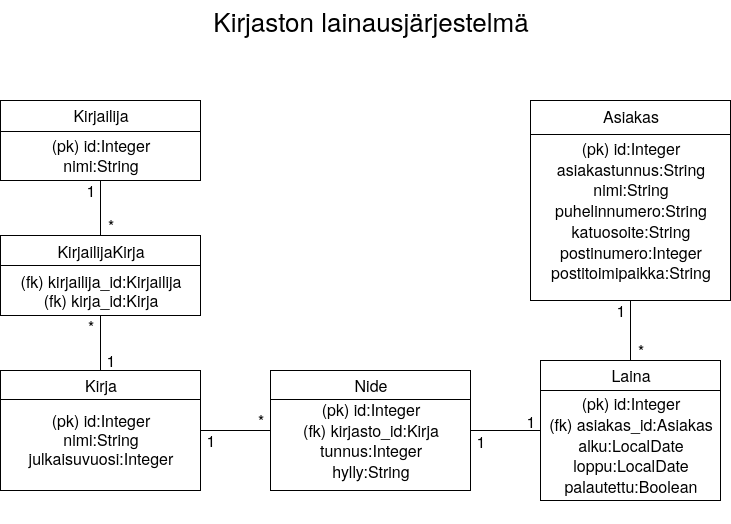
Before: documentation/Tsoha2020.png, a diagram exported from draw.io (hmhei/Tsoha2020). Source tidied: cells renumbered, new cells last; positions are measured from the earlier drawing's top-left corner, leaving out a move shared by most shapes.
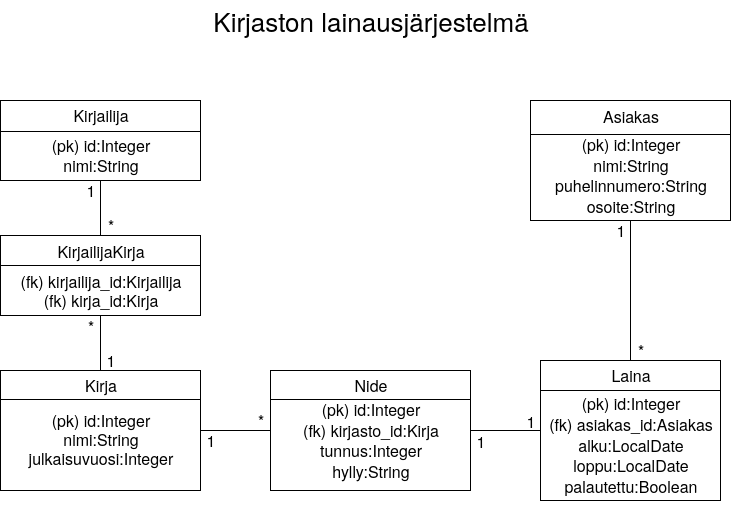
Later version of the same file.

Commit message:
Tietokantakaavio päivitetty

The edit, as a diff of the source:
```diff
@@ -12,7 +12,7 @@
       <mxGeometry x="270" y="370" width="200" height="120" as="geometry" />
     </mxCell>
     <mxCell id="5" style="shape=internalStorage;whiteSpace=wrap;html=1;backgroundOutline=1;dx=0;dy=34;" parent="1" vertex="1">
-      <mxGeometry x="530" y="100" width="200" height="200" as="geometry" />
+      <mxGeometry x="530" y="100" width="200" height="120" as="geometry" />
     </mxCell>
     <mxCell id="6" style="shape=internalStorage;whiteSpace=wrap;html=1;backgroundOutline=1;dx=0;dy=30;" parent="1" vertex="1">
       <mxGeometry x="540" y="360" width="180" height="140" as="geometry" />
@@ -32,8 +32,8 @@
     <mxCell id="11" style="endArrow=none;html=1;fontFamily=Times New Roman;" parent="1" edge="1" source="30" target="3">
       <mxGeometry relative="1" as="geometry" />
     </mxCell>
-    <mxCell id="12" value="&lt;div style=&quot;font-size: 16px&quot;&gt;&lt;font style=&quot;font-size: 16px&quot; face=&quot;Helvetica&quot;&gt;&lt;br&gt;&lt;/font&gt;&lt;/div&gt;&lt;div style=&quot;font-size: 16px&quot;&gt;&lt;font style=&quot;font-size: 16px&quot; face=&quot;Helvetica&quot;&gt;(pk) id:Integer&lt;/font&gt;&lt;/div&gt;&lt;div style=&quot;font-size: 16px&quot;&gt;&lt;font style=&quot;font-size: 16px&quot; face=&quot;Helvetica&quot;&gt;asiakastunnus:String&lt;br&gt;&lt;/font&gt;&lt;/div&gt;&lt;div style=&quot;font-size: 16px&quot;&gt;&lt;font style=&quot;font-size: 16px&quot; face=&quot;Helvetica&quot;&gt;nimi:String&lt;/font&gt;&lt;/div&gt;&lt;div style=&quot;font-size: 16px&quot;&gt;&lt;font style=&quot;font-size: 16px&quot; face=&quot;Helvetica&quot;&gt;puhelinnumero:String&lt;/font&gt;&lt;/div&gt;&lt;div style=&quot;font-size: 16px&quot;&gt;&lt;font style=&quot;font-size: 16px&quot; face=&quot;Helvetica&quot;&gt;katuosoite:String&lt;/font&gt;&lt;/div&gt;&lt;div style=&quot;font-size: 16px&quot;&gt;&lt;font style=&quot;font-size: 16px&quot; face=&quot;Helvetica&quot;&gt;postinumero:Integer&lt;/font&gt;&lt;/div&gt;&lt;div style=&quot;font-size: 16px&quot;&gt;&lt;font style=&quot;font-size: 16px&quot; face=&quot;Helvetica&quot;&gt;postitoimipaikka:Strin&lt;/font&gt;&lt;font face=&quot;Helvetica&quot;&gt;g&lt;/font&gt;&lt;br&gt;&lt;/div&gt;" style="text;html=1;strokeColor=none;fillColor=none;align=center;verticalAlign=middle;whiteSpace=wrap;rounded=0;fontFamily=Times New Roman;" parent="1" vertex="1">
-      <mxGeometry x="530" y="100" width="200" height="200" as="geometry" />
+    <mxCell id="12" value="&lt;div style=&quot;font-size: 16px&quot;&gt;&lt;font style=&quot;font-size: 16px&quot; face=&quot;Helvetica&quot;&gt;&lt;br&gt;&lt;/font&gt;&lt;/div&gt;&lt;div style=&quot;font-size: 16px&quot;&gt;&lt;font style=&quot;font-size: 16px&quot; face=&quot;Helvetica&quot;&gt;(pk) id:Integer&lt;/font&gt;&lt;/div&gt;&lt;div style=&quot;font-size: 16px&quot;&gt;&lt;font style=&quot;font-size: 16px&quot; face=&quot;Helvetica&quot;&gt;nimi:String&lt;/font&gt;&lt;/div&gt;&lt;div style=&quot;font-size: 16px&quot;&gt;&lt;font style=&quot;font-size: 16px&quot; face=&quot;Helvetica&quot;&gt;puhelinnumero:String&lt;/font&gt;&lt;/div&gt;&lt;div style=&quot;font-size: 16px&quot;&gt;&lt;font style=&quot;font-size: 16px&quot; face=&quot;Helvetica&quot;&gt;osoite:String&lt;/font&gt;&lt;/div&gt;" style="text;html=1;strokeColor=none;fillColor=none;align=center;verticalAlign=middle;whiteSpace=wrap;rounded=0;fontFamily=Times New Roman;" parent="1" vertex="1">
+      <mxGeometry x="530" y="110" width="200" height="110" as="geometry" />
     </mxCell>
     <mxCell id="13" style="endArrow=none;html=1;fontFamily=Times New Roman;entryX=1;entryY=0.5;entryDx=0;entryDy=0;exitX=0;exitY=0.5;exitDx=0;exitDy=0;" parent="1" edge="1" source="6" target="9">
       <mxGeometry relative="1" as="geometry" />
@@ -63,7 +63,7 @@
       <mxGeometry x="240" y="410" width="40" height="20" as="geometry" />
     </mxCell>
     <mxCell id="22" value="&lt;font style=&quot;font-size: 16px&quot; face=&quot;Helvetica&quot;&gt;1&lt;/font&gt;" style="text;html=1;strokeColor=none;fillColor=none;align=center;verticalAlign=middle;whiteSpace=wrap;rounded=0;fontFamily=Times New Roman;" parent="1" vertex="1">
-      <mxGeometry x="600" y="300" width="40" height="20" as="geometry" />
+      <mxGeometry x="600" y="220" width="40" height="20" as="geometry" />
     </mxCell>
     <mxCell id="23" value="&lt;font style=&quot;font-size: 16px&quot; face=&quot;Helvetica&quot;&gt;*&lt;/font&gt;" style="text;html=1;strokeColor=none;fillColor=none;align=center;verticalAlign=middle;whiteSpace=wrap;rounded=0;fontFamily=Times New Roman;" parent="1" vertex="1">
       <mxGeometry x="620" y="340" width="40" height="20" as="geometry" />
```
